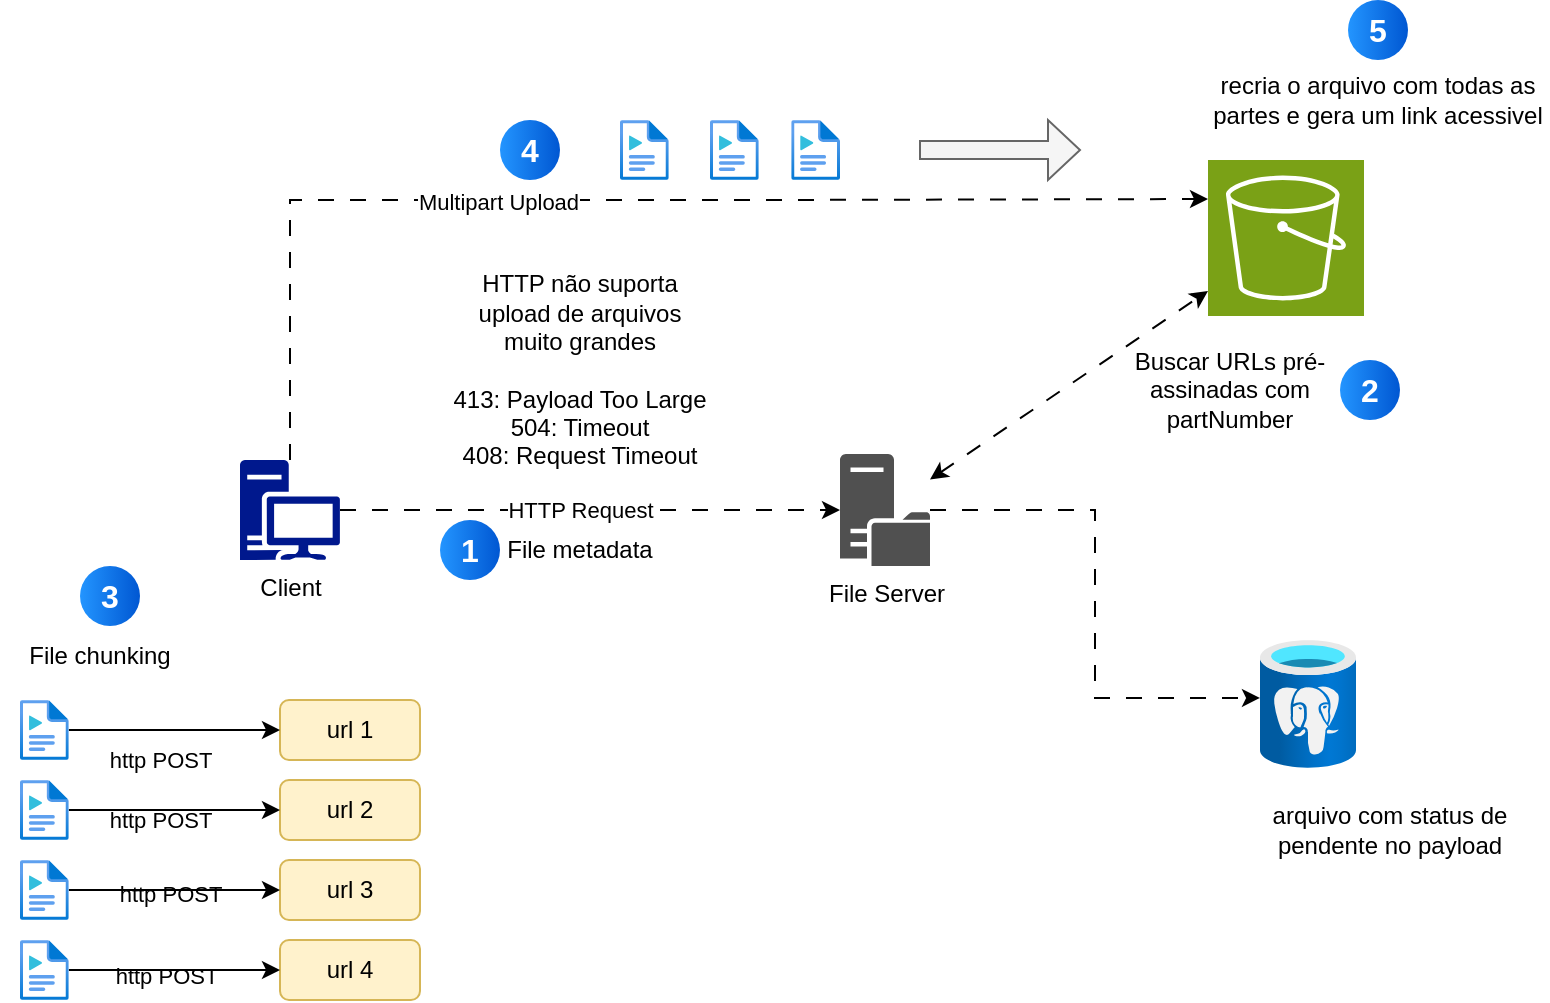
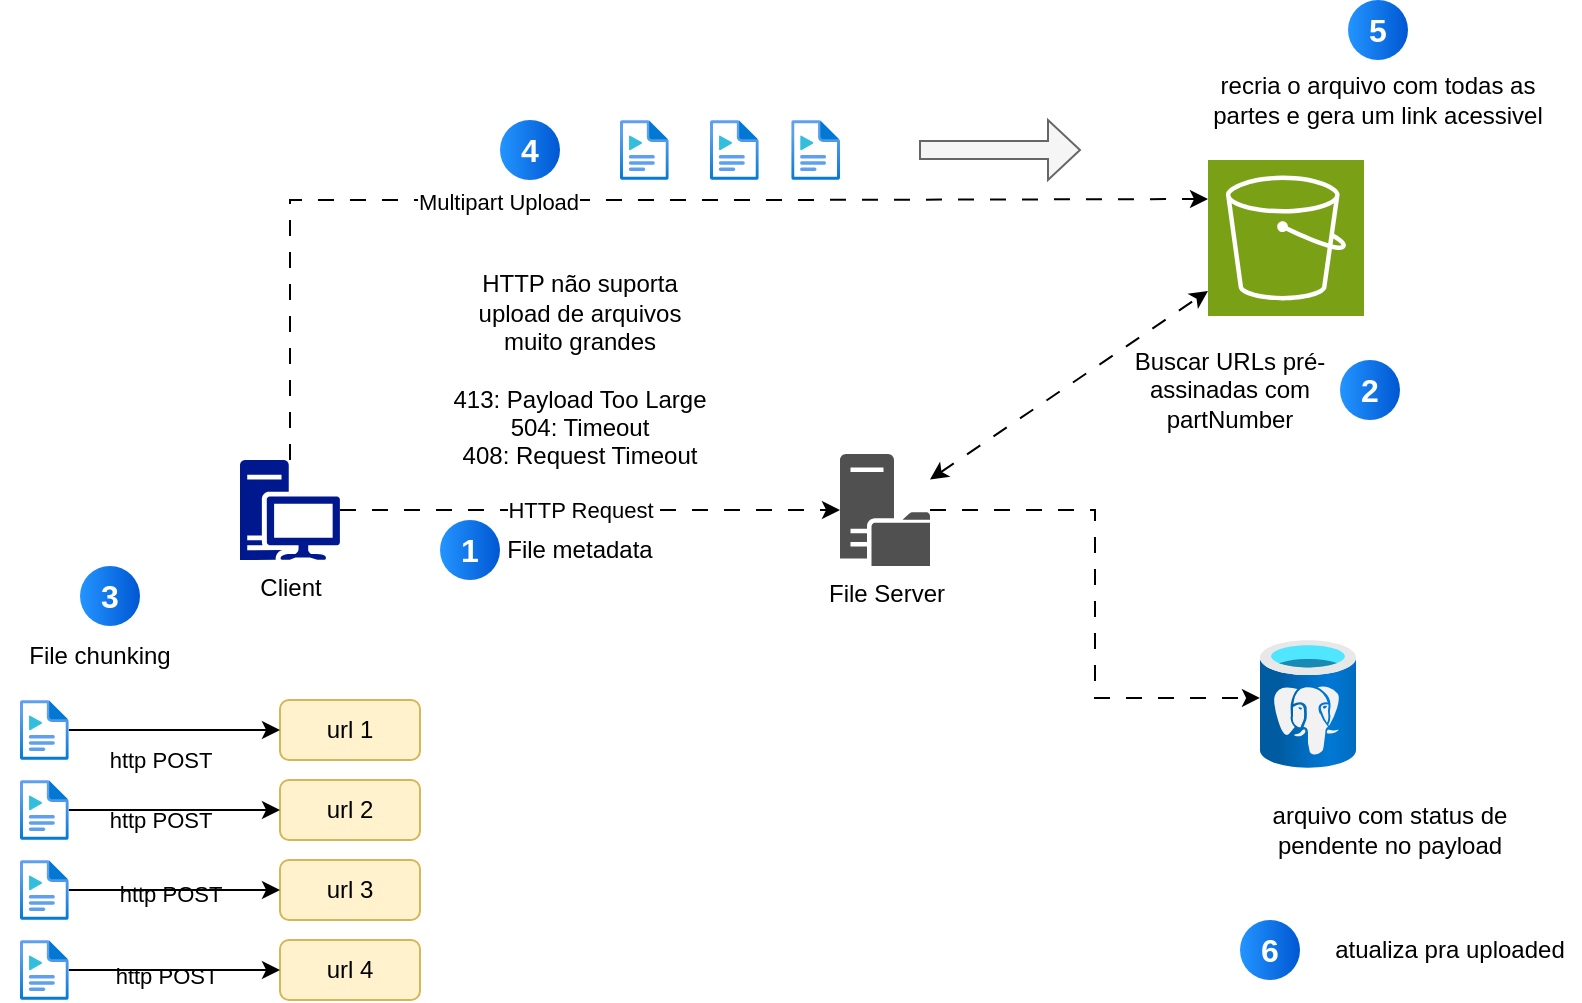
<mxfile host="app.diagrams.net">
  <diagram name="Página-1" id="4D3M8B96T3K3ZtQU1b3x">
    <mxGraphModel dx="1601" dy="1679" grid="1" gridSize="10" guides="1" tooltips="1" connect="1" arrows="1" fold="1" page="1" pageScale="1" pageWidth="827" pageHeight="1169" math="0" shadow="0">
      <root>
        <mxCell id="0" />
        <mxCell id="1" parent="0" />
        <mxCell id="fk9SJw6ftsK7bPstpn4Y-3" edge="1" parent="1" source="fk9SJw6ftsK7bPstpn4Y-1" style="edgeStyle=orthogonalEdgeStyle;rounded=0;orthogonalLoop=1;jettySize=auto;html=1;dashed=1;dashPattern=8 8;" target="fk9SJw6ftsK7bPstpn4Y-2">
          <mxGeometry relative="1" as="geometry" />
        </mxCell>
        <mxCell id="fk9SJw6ftsK7bPstpn4Y-6" connectable="0" parent="fk9SJw6ftsK7bPstpn4Y-3" style="edgeLabel;html=1;align=center;verticalAlign=middle;resizable=0;points=[];" value="HTTP Request" vertex="1">
          <mxGeometry relative="1" x="-0.288" as="geometry">
            <mxPoint x="31" as="offset" />
          </mxGeometry>
        </mxCell>
        <mxCell id="fk9SJw6ftsK7bPstpn4Y-1" parent="1" style="sketch=0;aspect=fixed;pointerEvents=1;shadow=0;dashed=0;html=1;strokeColor=none;labelPosition=center;verticalLabelPosition=bottom;verticalAlign=top;align=center;fillColor=#00188D;shape=mxgraph.mscae.enterprise.workstation_client" value="Client" vertex="1">
          <mxGeometry height="50" width="50" x="-70" y="90" as="geometry" />
        </mxCell>
        <mxCell id="fk9SJw6ftsK7bPstpn4Y-2" parent="1" style="sketch=0;pointerEvents=1;shadow=0;dashed=0;html=1;strokeColor=none;fillColor=#505050;labelPosition=center;verticalLabelPosition=bottom;verticalAlign=top;outlineConnect=0;align=center;shape=mxgraph.office.servers.file_server;" value="File Server" vertex="1">
          <mxGeometry height="56" width="45" x="230" y="87" as="geometry" />
        </mxCell>
        <mxCell id="fk9SJw6ftsK7bPstpn4Y-4" parent="1" style="sketch=0;points=[[0,0,0],[0.25,0,0],[0.5,0,0],[0.75,0,0],[1,0,0],[0,1,0],[0.25,1,0],[0.5,1,0],[0.75,1,0],[1,1,0],[0,0.25,0],[0,0.5,0],[0,0.75,0],[1,0.25,0],[1,0.5,0],[1,0.75,0]];outlineConnect=0;fontColor=#232F3E;fillColor=#7AA116;strokeColor=#ffffff;dashed=0;verticalLabelPosition=bottom;verticalAlign=top;align=center;html=1;fontSize=12;fontStyle=0;aspect=fixed;shape=mxgraph.aws4.resourceIcon;resIcon=mxgraph.aws4.s3;" value="" vertex="1">
          <mxGeometry height="78" width="78" x="414" y="-60" as="geometry" />
        </mxCell>
        <mxCell id="fk9SJw6ftsK7bPstpn4Y-7" parent="1" style="image;aspect=fixed;html=1;points=[];align=center;fontSize=12;image=img/lib/azure2/databases/Azure_Database_PostgreSQL_Server.svg;" value="" vertex="1">
          <mxGeometry height="64" width="48" x="440" y="180" as="geometry" />
        </mxCell>
        <mxCell id="fk9SJw6ftsK7bPstpn4Y-8" edge="1" parent="1" source="fk9SJw6ftsK7bPstpn4Y-2" style="edgeStyle=orthogonalEdgeStyle;rounded=0;orthogonalLoop=1;jettySize=auto;html=1;entryX=0;entryY=0.453;entryDx=0;entryDy=0;entryPerimeter=0;dashed=1;dashPattern=8 8;" target="fk9SJw6ftsK7bPstpn4Y-7">
          <mxGeometry relative="1" as="geometry" />
        </mxCell>
        <mxCell id="fk9SJw6ftsK7bPstpn4Y-13" parent="1" style="text;html=1;whiteSpace=wrap;strokeColor=none;fillColor=none;align=center;verticalAlign=middle;rounded=0;" value="HTTP não suporta upload de arquivos muito grandes&lt;div&gt;&lt;br&gt;&lt;/div&gt;&lt;div&gt;413: Payload Too Large&lt;div&gt;504: Timeout&lt;/div&gt;&lt;div&gt;408: Request Timeout&lt;/div&gt;&lt;/div&gt;" vertex="1">
          <mxGeometry height="30" width="130" x="35" y="30" as="geometry" />
        </mxCell>
        <mxCell id="h8KboTeERqfswfNuPOU6-1" edge="1" parent="1" source="fk9SJw6ftsK7bPstpn4Y-1" style="edgeStyle=orthogonalEdgeStyle;rounded=0;orthogonalLoop=1;jettySize=auto;html=1;entryX=0;entryY=0.25;entryDx=0;entryDy=0;entryPerimeter=0;dashed=1;dashPattern=8 8;" target="fk9SJw6ftsK7bPstpn4Y-4">
          <mxGeometry relative="1" as="geometry">
            <Array as="points">
              <mxPoint x="-45" y="-40" />
              <mxPoint x="197" y="-40" />
            </Array>
          </mxGeometry>
        </mxCell>
        <mxCell id="h8KboTeERqfswfNuPOU6-2" connectable="0" parent="h8KboTeERqfswfNuPOU6-1" style="edgeLabel;html=1;align=center;verticalAlign=middle;resizable=0;points=[];" value="Multipart Upload" vertex="1">
          <mxGeometry relative="1" x="-0.2054" y="-1" as="geometry">
            <mxPoint as="offset" />
          </mxGeometry>
        </mxCell>
        <mxCell id="h8KboTeERqfswfNuPOU6-3" parent="1" style="text;html=1;whiteSpace=wrap;strokeColor=none;fillColor=none;align=center;verticalAlign=middle;rounded=0;" value="File metadata" vertex="1">
          <mxGeometry height="30" width="80" x="60" y="120" as="geometry" />
        </mxCell>
        <mxCell id="h8KboTeERqfswfNuPOU6-4" parent="1" style="text;html=1;whiteSpace=wrap;strokeColor=none;fillColor=none;align=center;verticalAlign=middle;rounded=0;" value="arquivo com status de pendente no payload" vertex="1">
          <mxGeometry height="30" width="130" x="440" y="260" as="geometry" />
        </mxCell>
        <mxCell id="h8KboTeERqfswfNuPOU6-5" parent="1" style="text;html=1;whiteSpace=wrap;strokeColor=none;fillColor=none;align=center;verticalAlign=middle;rounded=0;" value="Buscar URLs pré-assinadas com partNumber" vertex="1">
          <mxGeometry height="30" width="110" x="370" y="40" as="geometry" />
        </mxCell>
        <mxCell id="h8KboTeERqfswfNuPOU6-6" edge="1" parent="1" source="fk9SJw6ftsK7bPstpn4Y-2" style="html=1;labelBackgroundColor=#ffffff;startArrow=classic;startFill=1;startSize=6;endArrow=classic;endFill=1;endSize=6;jettySize=auto;orthogonalLoop=1;strokeWidth=1;fontSize=14;rounded=0;dashed=1;dashPattern=8 8;" target="fk9SJw6ftsK7bPstpn4Y-4" value="">
          <mxGeometry height="60" relative="1" width="60" as="geometry">
            <mxPoint x="370" y="60" as="sourcePoint" />
            <mxPoint x="430" as="targetPoint" />
          </mxGeometry>
        </mxCell>
        <mxCell id="h8KboTeERqfswfNuPOU6-7" parent="1" style="rounded=1;whiteSpace=wrap;html=1;fillColor=#fff2cc;strokeColor=#d6b656;" value="url 1" vertex="1">
          <mxGeometry height="30" width="70" x="-50" y="210" as="geometry" />
        </mxCell>
        <mxCell id="h8KboTeERqfswfNuPOU6-8" parent="1" style="rounded=1;whiteSpace=wrap;html=1;fillColor=#fff2cc;strokeColor=#d6b656;" value="url 4" vertex="1">
          <mxGeometry height="30" width="70" x="-50" y="330" as="geometry" />
        </mxCell>
        <mxCell id="h8KboTeERqfswfNuPOU6-9" parent="1" style="rounded=1;whiteSpace=wrap;html=1;fillColor=#fff2cc;strokeColor=#d6b656;" value="url 3" vertex="1">
          <mxGeometry height="30" width="70" x="-50" y="290" as="geometry" />
        </mxCell>
        <mxCell id="h8KboTeERqfswfNuPOU6-10" parent="1" style="rounded=1;whiteSpace=wrap;html=1;fillColor=#fff2cc;strokeColor=#d6b656;" value="url 2" vertex="1">
          <mxGeometry height="30" width="70" x="-50" y="250" as="geometry" />
        </mxCell>
        <mxCell id="h8KboTeERqfswfNuPOU6-11" parent="1" style="ellipse;whiteSpace=wrap;html=1;aspect=fixed;rotation=0;gradientColor=#0057D2;strokeColor=none;gradientDirection=east;fillColor=#2395FF;rounded=0;pointerEvents=0;fontFamily=Helvetica;fontSize=16;fontColor=#FFFFFF;spacingTop=4;spacingBottom=4;spacingLeft=4;spacingRight=4;points=[];fontStyle=1" value="1" vertex="1">
          <mxGeometry height="30" width="30" x="30" y="120" as="geometry" />
        </mxCell>
        <mxCell id="h8KboTeERqfswfNuPOU6-12" parent="1" style="ellipse;whiteSpace=wrap;html=1;aspect=fixed;rotation=0;gradientColor=#0057D2;strokeColor=none;gradientDirection=east;fillColor=#2395FF;rounded=0;pointerEvents=0;fontFamily=Helvetica;fontSize=16;fontColor=#FFFFFF;spacingTop=4;spacingBottom=4;spacingLeft=4;spacingRight=4;points=[];fontStyle=1" value="2" vertex="1">
          <mxGeometry height="30" width="30" x="480" y="40" as="geometry" />
        </mxCell>
        <mxCell id="h8KboTeERqfswfNuPOU6-13" parent="1" style="ellipse;whiteSpace=wrap;html=1;aspect=fixed;rotation=0;gradientColor=#0057D2;strokeColor=none;gradientDirection=east;fillColor=#2395FF;rounded=0;pointerEvents=0;fontFamily=Helvetica;fontSize=16;fontColor=#FFFFFF;spacingTop=4;spacingBottom=4;spacingLeft=4;spacingRight=4;points=[];fontStyle=1" value="3" vertex="1">
          <mxGeometry height="30" width="30" x="-150" y="143" as="geometry" />
        </mxCell>
        <mxCell id="h8KboTeERqfswfNuPOU6-14" parent="1" style="text;html=1;whiteSpace=wrap;strokeColor=none;fillColor=none;align=center;verticalAlign=middle;rounded=0;" value="File chunking" vertex="1">
          <mxGeometry height="30" width="100" x="-190" y="173" as="geometry" />
        </mxCell>
        <mxCell id="h8KboTeERqfswfNuPOU6-16" edge="1" parent="1" source="h8KboTeERqfswfNuPOU6-15" style="edgeStyle=orthogonalEdgeStyle;rounded=0;orthogonalLoop=1;jettySize=auto;html=1;" target="h8KboTeERqfswfNuPOU6-7" value="">
          <mxGeometry relative="1" as="geometry" />
        </mxCell>
        <mxCell id="h8KboTeERqfswfNuPOU6-17" connectable="0" parent="h8KboTeERqfswfNuPOU6-16" style="edgeLabel;html=1;align=center;verticalAlign=middle;resizable=0;points=[];labelBackgroundColor=default;" value="http POST&lt;span style=&quot;white-space: pre;&quot;&gt;&#x9;&lt;/span&gt;" vertex="1">
          <mxGeometry relative="1" x="-0.4857" y="5" as="geometry">
            <mxPoint x="29" y="20" as="offset" />
          </mxGeometry>
        </mxCell>
        <mxCell id="h8KboTeERqfswfNuPOU6-15" parent="1" style="image;aspect=fixed;html=1;points=[];align=center;fontSize=12;image=img/lib/azure2/general/Media_File.svg;" value="" vertex="1">
          <mxGeometry height="30" width="24.38" x="-180" y="210" as="geometry" />
        </mxCell>
        <mxCell id="h8KboTeERqfswfNuPOU6-21" connectable="0" parent="1" style="edgeLabel;html=1;align=center;verticalAlign=middle;resizable=0;points=[];labelBackgroundColor=default;" value="http POST&lt;span style=&quot;white-space: pre;&quot;&gt;&#x9;&lt;/span&gt;" vertex="1">
          <mxGeometry x="-99.61999999999989" y="259" as="geometry">
            <mxPoint y="11" as="offset" />
          </mxGeometry>
        </mxCell>
        <mxCell id="h8KboTeERqfswfNuPOU6-29" edge="1" parent="1" source="h8KboTeERqfswfNuPOU6-22" style="edgeStyle=orthogonalEdgeStyle;rounded=0;orthogonalLoop=1;jettySize=auto;html=1;" target="h8KboTeERqfswfNuPOU6-10">
          <mxGeometry relative="1" as="geometry" />
        </mxCell>
        <mxCell id="h8KboTeERqfswfNuPOU6-22" parent="1" style="image;aspect=fixed;html=1;points=[];align=center;fontSize=12;image=img/lib/azure2/general/Media_File.svg;" value="" vertex="1">
          <mxGeometry height="30" width="24.38" x="-180" y="250" as="geometry" />
        </mxCell>
        <mxCell id="h8KboTeERqfswfNuPOU6-23" connectable="0" parent="1" style="edgeLabel;html=1;align=center;verticalAlign=middle;resizable=0;points=[];labelBackgroundColor=default;" value="http POST&lt;span style=&quot;white-space: pre;&quot;&gt;&#x9;&lt;/span&gt;" vertex="1">
          <mxGeometry x="-99.61999999999989" y="295" as="geometry">
            <mxPoint x="5" y="12" as="offset" />
          </mxGeometry>
        </mxCell>
        <mxCell id="h8KboTeERqfswfNuPOU6-28" edge="1" parent="1" source="h8KboTeERqfswfNuPOU6-24" style="edgeStyle=orthogonalEdgeStyle;rounded=0;orthogonalLoop=1;jettySize=auto;html=1;" target="h8KboTeERqfswfNuPOU6-9">
          <mxGeometry relative="1" as="geometry" />
        </mxCell>
        <mxCell id="h8KboTeERqfswfNuPOU6-24" parent="1" style="image;aspect=fixed;html=1;points=[];align=center;fontSize=12;image=img/lib/azure2/general/Media_File.svg;" value="" vertex="1">
          <mxGeometry height="30" width="24.38" x="-180" y="290" as="geometry" />
        </mxCell>
        <mxCell id="h8KboTeERqfswfNuPOU6-25" connectable="0" parent="1" style="edgeLabel;html=1;align=center;verticalAlign=middle;resizable=0;points=[];labelBackgroundColor=default;" value="http POST&lt;span style=&quot;white-space: pre;&quot;&gt;&#x9;&lt;/span&gt;" vertex="1">
          <mxGeometry x="-99.61999999999989" y="325" as="geometry">
            <mxPoint x="3" y="23" as="offset" />
          </mxGeometry>
        </mxCell>
        <mxCell id="h8KboTeERqfswfNuPOU6-27" edge="1" parent="1" source="h8KboTeERqfswfNuPOU6-26" style="edgeStyle=orthogonalEdgeStyle;rounded=0;orthogonalLoop=1;jettySize=auto;html=1;" target="h8KboTeERqfswfNuPOU6-8">
          <mxGeometry relative="1" as="geometry" />
        </mxCell>
        <mxCell id="h8KboTeERqfswfNuPOU6-26" parent="1" style="image;aspect=fixed;html=1;points=[];align=center;fontSize=12;image=img/lib/azure2/general/Media_File.svg;" value="" vertex="1">
          <mxGeometry height="30" width="24.38" x="-180" y="330" as="geometry" />
        </mxCell>
        <mxCell id="h8KboTeERqfswfNuPOU6-30" parent="1" style="ellipse;whiteSpace=wrap;html=1;aspect=fixed;rotation=0;gradientColor=#0057D2;strokeColor=none;gradientDirection=east;fillColor=#2395FF;rounded=0;pointerEvents=0;fontFamily=Helvetica;fontSize=16;fontColor=#FFFFFF;spacingTop=4;spacingBottom=4;spacingLeft=4;spacingRight=4;points=[];fontStyle=1" value="4" vertex="1">
          <mxGeometry height="30" width="30" x="60" y="-80" as="geometry" />
        </mxCell>
        <mxCell id="h8KboTeERqfswfNuPOU6-31" parent="1" style="image;aspect=fixed;html=1;points=[];align=center;fontSize=12;image=img/lib/azure2/general/Media_File.svg;" value="" vertex="1">
          <mxGeometry height="30" width="24.38" x="120" y="-80" as="geometry" />
        </mxCell>
        <mxCell id="h8KboTeERqfswfNuPOU6-32" parent="1" style="image;aspect=fixed;html=1;points=[];align=center;fontSize=12;image=img/lib/azure2/general/Media_File.svg;" value="" vertex="1">
          <mxGeometry height="30" width="24.38" x="165" y="-80" as="geometry" />
        </mxCell>
        <mxCell id="h8KboTeERqfswfNuPOU6-33" parent="1" style="image;aspect=fixed;html=1;points=[];align=center;fontSize=12;image=img/lib/azure2/general/Media_File.svg;" value="" vertex="1">
          <mxGeometry height="30" width="24.38" x="205.62" y="-80" as="geometry" />
        </mxCell>
        <mxCell id="h8KboTeERqfswfNuPOU6-34" parent="1" style="shape=singleArrow;whiteSpace=wrap;html=1;fillColor=#f5f5f5;fontColor=#333333;strokeColor=#666666;" value="" vertex="1">
          <mxGeometry height="30" width="80" x="270" y="-80" as="geometry" />
        </mxCell>
        <mxCell id="h8KboTeERqfswfNuPOU6-35" parent="1" style="text;html=1;whiteSpace=wrap;strokeColor=none;fillColor=none;align=center;verticalAlign=middle;rounded=0;" value="recria o arquivo com todas as partes e gera um link acessivel" vertex="1">
          <mxGeometry width="170" x="414" y="-90" as="geometry" />
        </mxCell>
        <mxCell id="h8KboTeERqfswfNuPOU6-36" parent="1" style="ellipse;whiteSpace=wrap;html=1;aspect=fixed;rotation=0;gradientColor=#0057D2;strokeColor=none;gradientDirection=east;fillColor=#2395FF;rounded=0;pointerEvents=0;fontFamily=Helvetica;fontSize=16;fontColor=#FFFFFF;spacingTop=4;spacingBottom=4;spacingLeft=4;spacingRight=4;points=[];fontStyle=1" value="5" vertex="1">
          <mxGeometry height="30" width="30" x="484" y="-140" as="geometry" />
        </mxCell>
+         <mxCell id="h8KboTeERqfswfNuPOU6-37" parent="1" style="ellipse;whiteSpace=wrap;html=1;aspect=fixed;rotation=0;gradientColor=#0057D2;strokeColor=none;gradientDirection=east;fillColor=#2395FF;rounded=0;pointerEvents=0;fontFamily=Helvetica;fontSize=16;fontColor=#FFFFFF;spacingTop=4;spacingBottom=4;spacingLeft=4;spacingRight=4;points=[];fontStyle=1" value="6" vertex="1">
+           <mxGeometry height="30" width="30" x="430" y="320" as="geometry" />
+         </mxCell>
+         <mxCell id="h8KboTeERqfswfNuPOU6-38" parent="1" style="text;html=1;whiteSpace=wrap;strokeColor=none;fillColor=none;align=center;verticalAlign=middle;rounded=0;" value="atualiza pra uploaded" vertex="1">
+           <mxGeometry height="30" width="130" x="470" y="320" as="geometry" />
+         </mxCell>
      </root>
    </mxGraphModel>
  </diagram>
</mxfile>
